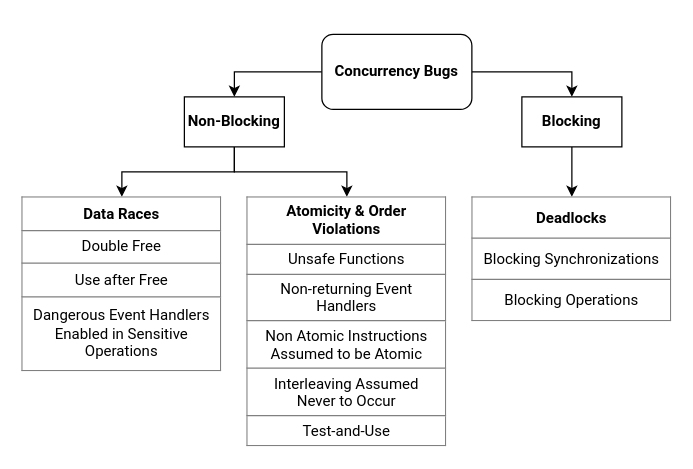
This is src/figures/ConcurrencyBugClasses.drawio from mstrangfeld/multithreaded-debugging, a draw.io file, before an edit. Source tidied: cells renumbered, new cells numbered last; positions are measured from the earlier drawing's top-left corner, leaving out a move shared by most shapes. Both pictures are drawn from the tidied source at 125%, with x=0, y=0 at pixel (21, 34).
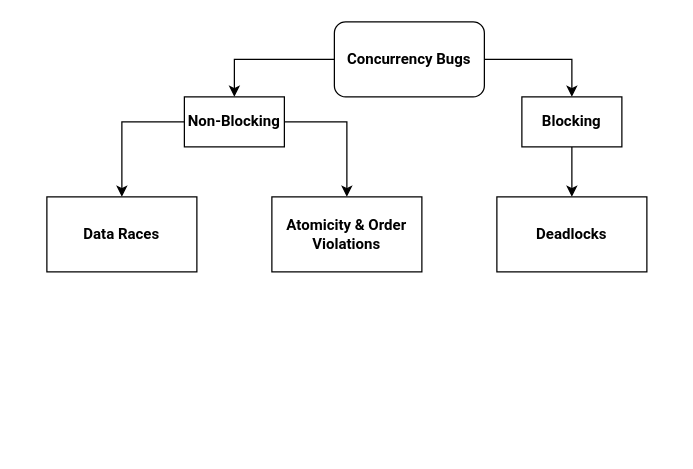
The same page after the edit.

What changed in the source:
```diff
@@
 <mxGraphModel>
   <root>
     <mxCell id="0" />
     <mxCell id="1" parent="0" />
     <mxCell id="2" style="edgeStyle=orthogonalEdgeStyle;rounded=0;jettySize=auto;html=1;entryX=0.5;entryY=0;entryDx=0;entryDy=0;fontFamily=Roboto;" parent="1" edge="1" source="4" target="9">
       <mxGeometry relative="1" as="geometry" />
     </mxCell>
     <mxCell id="3" style="edgeStyle=orthogonalEdgeStyle;rounded=0;jettySize=auto;html=1;entryX=0.5;entryY=0;entryDx=0;entryDy=0;fontFamily=Roboto;" parent="1" edge="1" source="4" target="6">
       <mxGeometry relative="1" as="geometry" />
     </mxCell>
     <mxCell id="4" value="&lt;b&gt;Concurrency Bugs&lt;/b&gt;" style="rounded=1;whiteSpace=wrap;html=1;fontFamily=Roboto;" parent="1" vertex="1">
-      <mxGeometry x="240" width="120" height="60" as="geometry" />
+      <mxGeometry x="250" y="-10" width="120" height="60" as="geometry" />
     </mxCell>
-    <mxCell id="5" style="edgeStyle=orthogonalEdgeStyle;rounded=0;jettySize=auto;html=1;entryX=0.5;entryY=0;entryDx=0;entryDy=0;fontFamily=Roboto;" parent="1" edge="1" source="6" target="12">
+    <mxCell id="5" style="edgeStyle=orthogonalEdgeStyle;rounded=0;jettySize=auto;html=1;entryX=0.5;entryY=0;entryDx=0;entryDy=0;fontFamily=Roboto;" parent="1" edge="1" source="6" target="15">
       <mxGeometry relative="1" as="geometry" />
     </mxCell>
     <mxCell id="6" value="&lt;b&gt;Blocking&lt;/b&gt;" style="rounded=0;whiteSpace=wrap;html=1;fontFamily=Roboto;" parent="1" vertex="1">
       <mxGeometry x="400" y="50" width="80" height="40" as="geometry" />
     </mxCell>
-    <mxCell id="7" style="edgeStyle=orthogonalEdgeStyle;rounded=0;jettySize=auto;html=1;entryX=0.5;entryY=0;entryDx=0;entryDy=0;fontFamily=Roboto;" parent="1" edge="1" source="9" target="11">
+    <mxCell id="7" style="edgeStyle=orthogonalEdgeStyle;rounded=0;jettySize=auto;html=1;entryX=0.5;entryY=0;entryDx=0;entryDy=0;fontFamily=Roboto;exitX=1;exitY=0.5;exitDx=0;exitDy=0;" parent="1" edge="1" source="9" target="14">
       <mxGeometry relative="1" as="geometry" />
     </mxCell>
-    <mxCell id="8" style="edgeStyle=orthogonalEdgeStyle;rounded=0;jettySize=auto;html=1;entryX=0.5;entryY=0;entryDx=0;entryDy=0;fontFamily=Roboto;" parent="1" edge="1" source="9" target="10">
-      <mxGeometry relative="1" as="geometry" />
+    <mxCell id="8" style="edgeStyle=orthogonalEdgeStyle;rounded=0;jettySize=auto;html=1;entryX=0.5;entryY=0;entryDx=0;entryDy=0;fontFamily=Roboto;" parent="1" edge="1" source="9" target="13">
+      <mxGeometry relative="1" as="geometry">
+        <Array as="points">
+          <mxPoint x="80" y="70" />
+        </Array>
+      </mxGeometry>
     </mxCell>
     <mxCell id="9" value="&lt;b&gt;Non-Blocking&lt;/b&gt;" style="rounded=0;whiteSpace=wrap;html=1;fontFamily=Roboto;" parent="1" vertex="1">
       <mxGeometry x="130" y="50" width="80" height="40" as="geometry" />
     </mxCell>
-    <mxCell id="10" value="&lt;table border=&quot;1&quot; width=&quot;100%&quot; cellpadding=&quot;4&quot; style=&quot;width: 100% ; height: 100% ; border-collapse: collapse&quot;&gt;&lt;tbody&gt;&lt;tr&gt;&lt;th align=&quot;center&quot;&gt;&lt;b&gt;Data Races&lt;/b&gt;&lt;/th&gt;&lt;/tr&gt;&lt;tr&gt;&lt;td align=&quot;center&quot;&gt;Double Free&lt;br&gt;&lt;/td&gt;&lt;/tr&gt;&lt;tr&gt;&lt;td style=&quot;text-align: center&quot;&gt;Use after Free&lt;/td&gt;&lt;/tr&gt;&lt;tr&gt;&lt;td&gt;&lt;div style=&quot;text-align: center&quot;&gt;&lt;span&gt;Dangerous Event Handlers&lt;/span&gt;&lt;/div&gt;&lt;div style=&quot;text-align: center&quot;&gt;&lt;span&gt;Enabled in Sensitive&lt;/span&gt;&lt;/div&gt;&lt;div style=&quot;text-align: center&quot;&gt;&lt;span&gt;Operations&lt;/span&gt;&lt;/div&gt;&lt;/td&gt;&lt;/tr&gt;&lt;/tbody&gt;&lt;/table&gt;" style="text;html=1;strokeColor=none;fillColor=none;overflow=fill;fontFamily=Roboto;" parent="1" vertex="1">
-      <mxGeometry y="130" width="160" height="140" as="geometry" />
-    </mxCell>
-    <mxCell id="11" value="&lt;table border=&quot;1&quot; width=&quot;100%&quot; cellpadding=&quot;4&quot; style=&quot;width: 100% ; height: 100% ; border-collapse: collapse&quot;&gt;&lt;tbody&gt;&lt;tr&gt;&lt;th align=&quot;center&quot;&gt;&lt;span style=&quot;white-space: normal&quot;&gt;Atomicity &amp;amp;&amp;nbsp;&lt;/span&gt;&lt;span style=&quot;white-space: normal&quot;&gt;Order&lt;/span&gt;&lt;br style=&quot;white-space: normal&quot;&gt;&lt;span style=&quot;white-space: normal&quot;&gt;Violations&lt;/span&gt;&lt;br&gt;&lt;/th&gt;&lt;/tr&gt;&lt;tr&gt;&lt;td align=&quot;center&quot;&gt;Unsafe Functions&lt;/td&gt;&lt;/tr&gt;&lt;tr&gt;&lt;td style=&quot;text-align: center&quot;&gt;Non-returning Event&lt;br&gt;Handlers&lt;/td&gt;&lt;/tr&gt;&lt;tr&gt;&lt;td&gt;&lt;div style=&quot;text-align: center&quot;&gt;Non Atomic Instructions&lt;/div&gt;&lt;div style=&quot;text-align: center&quot;&gt;Assumed to be Atomic&lt;/div&gt;&lt;/td&gt;&lt;/tr&gt;&lt;tr&gt;&lt;td style=&quot;text-align: center&quot;&gt;Interleaving Assumed&lt;br&gt;Never to Occur&lt;/td&gt;&lt;/tr&gt;&lt;tr&gt;&lt;td style=&quot;text-align: center&quot;&gt;Test-and-Use&lt;/td&gt;&lt;/tr&gt;&lt;/tbody&gt;&lt;/table&gt;" style="text;html=1;strokeColor=none;fillColor=none;overflow=fill;fontFamily=Roboto;" parent="1" vertex="1">
-      <mxGeometry x="180" y="130" width="160" height="200" as="geometry" />
-    </mxCell>
-    <mxCell id="12" value="&lt;table border=&quot;1&quot; width=&quot;100%&quot; cellpadding=&quot;4&quot; style=&quot;width: 100% ; height: 100% ; border-collapse: collapse&quot;&gt;&lt;tbody&gt;&lt;tr&gt;&lt;th align=&quot;center&quot;&gt;Deadlocks&lt;/th&gt;&lt;/tr&gt;&lt;tr&gt;&lt;td align=&quot;center&quot;&gt;Blocking Synchronizations&lt;/td&gt;&lt;/tr&gt;&lt;tr&gt;&lt;td style=&quot;text-align: center&quot;&gt;Blocking Operations&lt;/td&gt;&lt;/tr&gt;&lt;/tbody&gt;&lt;/table&gt;" style="text;html=1;strokeColor=none;fillColor=none;overflow=fill;fontFamily=Roboto;" parent="1" vertex="1">
-      <mxGeometry x="360" y="130" width="160" height="100" as="geometry" />
-    </mxCell>
+    <mxCell id="13" value="&lt;b&gt;Data Races&lt;/b&gt;" style="rounded=0;whiteSpace=wrap;html=1;fontFamily=Roboto;" parent="1" vertex="1">
+      <mxGeometry x="20" y="130" width="120" height="60" as="geometry" />
+    </mxCell>
+    <mxCell id="14" value="&lt;b&gt;Atomicity &amp;amp; Order&lt;br&gt;Violations&lt;br&gt;&lt;/b&gt;" style="rounded=0;whiteSpace=wrap;html=1;fontFamily=Roboto;" parent="1" vertex="1">
+      <mxGeometry x="200" y="130" width="120" height="60" as="geometry" />
+    </mxCell>
+    <mxCell id="15" value="&lt;b&gt;Deadlocks&lt;br&gt;&lt;/b&gt;" style="rounded=0;whiteSpace=wrap;html=1;fontFamily=Roboto;" parent="1" vertex="1">
+      <mxGeometry x="380" y="130" width="120" height="60" as="geometry" />
+    </mxCell>
   </root>
 </mxGraphModel>
```
